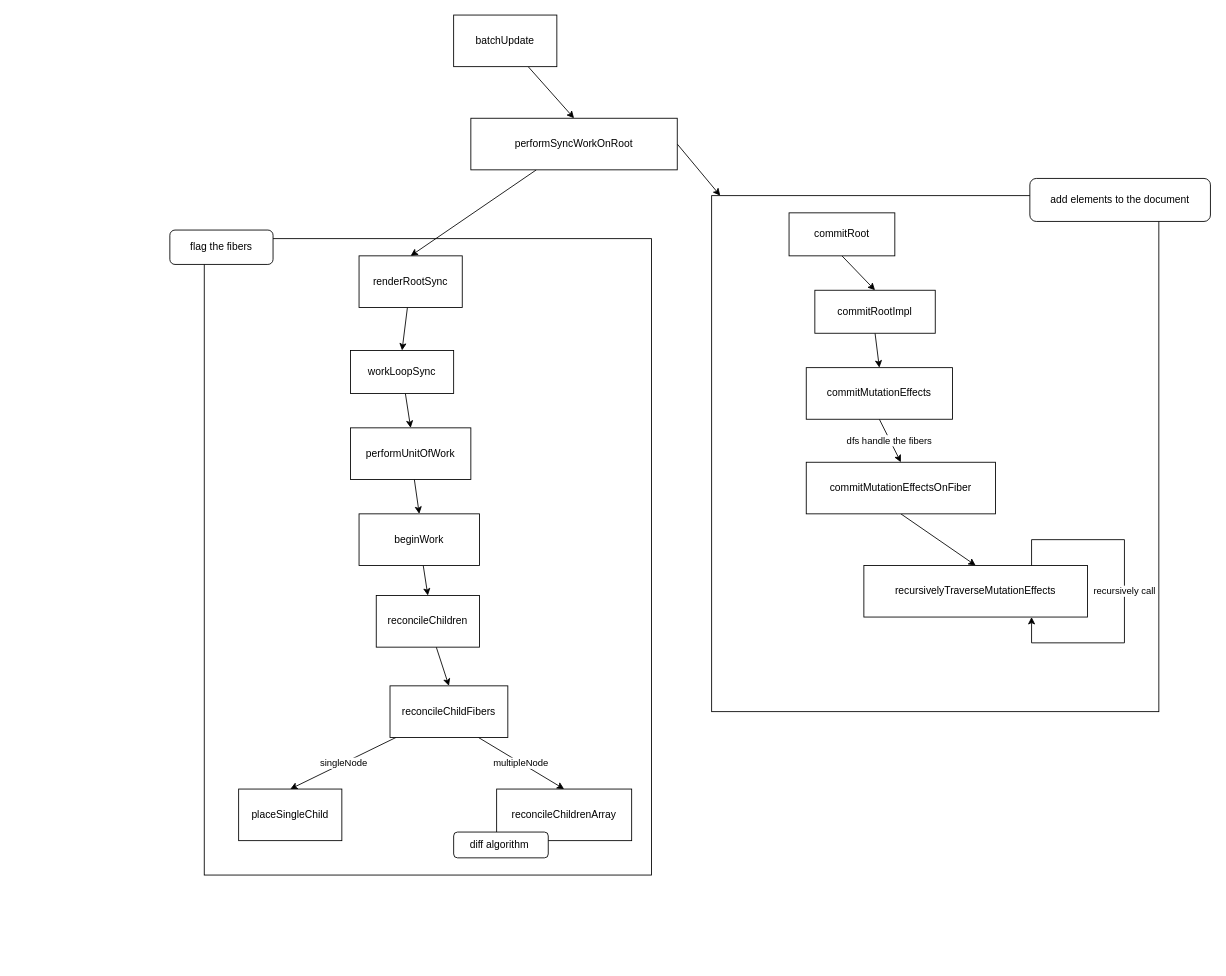
Earlier version of the draw.io diagram react-render.drawio (wine-fall/drawioDisk). Source tidied: cells renumbered, new cells numbered last; positions are measured from the earlier drawing's top-left corner, leaving out a move shared by most shapes. Both pictures are drawn from the tidied source at 86%, with x=0, y=0 at pixel (169, 15).
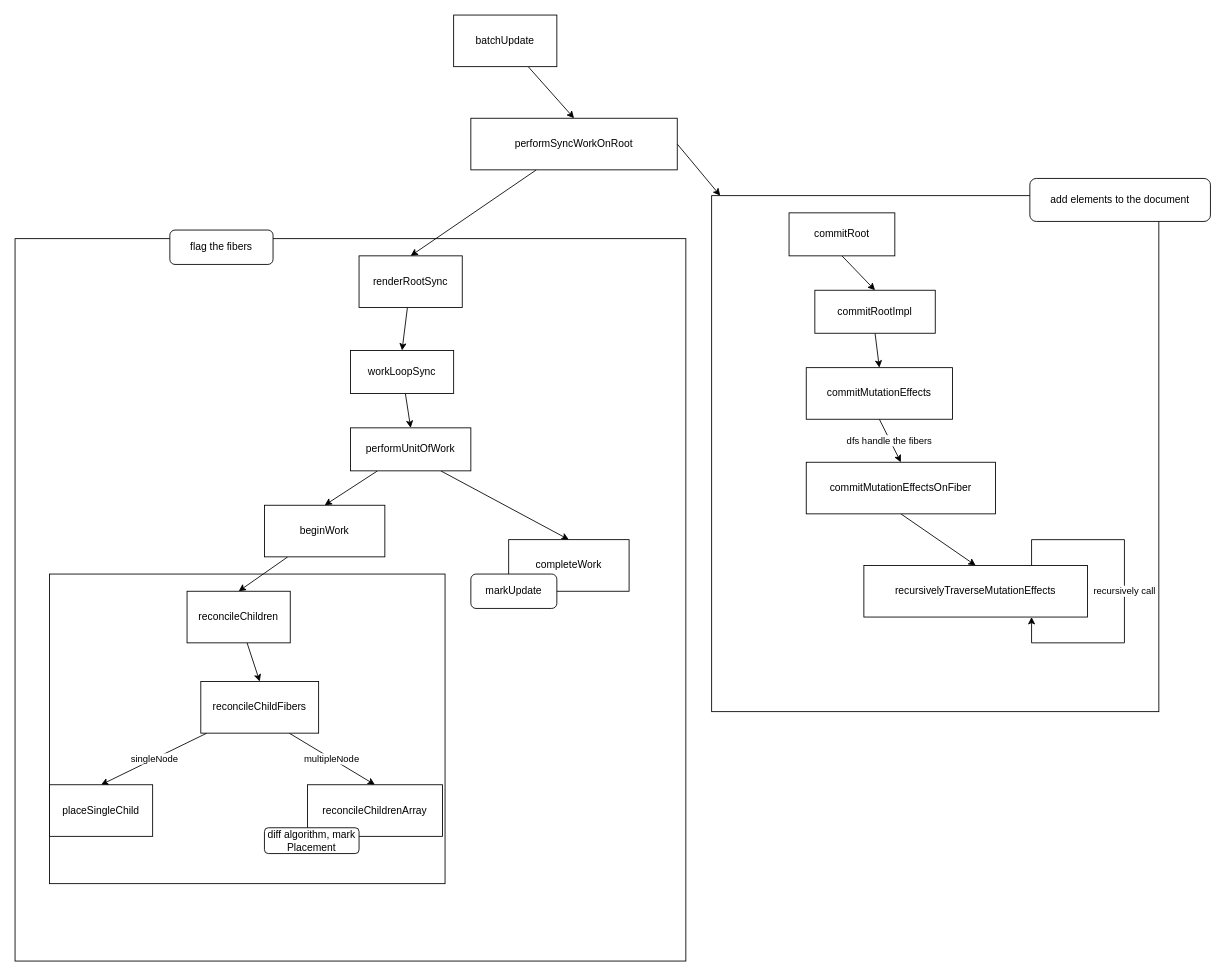
The same diagram, later.

Change to the diagram source:
```diff
@@
+    <mxCell id="3" style="rounded=0;whiteSpace=wrap;html=1;" parent="1" vertex="1">
+      <mxGeometry x="-180" y="260" width="780" height="840" as="geometry" />
+    </mxCell>
+    <mxCell id="37" style="rounded=0;whiteSpace=wrap;html=1;" parent="1" vertex="1">
+      <mxGeometry x="-140" y="650" width="460" height="360" as="geometry" />
+    </mxCell>
@@
-    <mxCell id="3" style="rounded=0;whiteSpace=wrap;html=1;" parent="1" vertex="1">
-      <mxGeometry x="40" y="260" width="520" height="740" as="geometry" />
-    </mxCell>
@@
+    <mxCell id="38" style="rounded=0;jettySize=auto;html=1;exitX=0.75;exitY=1;exitDx=0;exitDy=0;entryX=0.5;entryY=0;entryDx=0;entryDy=0;" parent="1" edge="1" source="11" target="39">
+      <mxGeometry relative="1" as="geometry" />
+    </mxCell>
     <mxCell id="11" value="performUnitOfWork" style="rounded=0;whiteSpace=wrap;html=1;" parent="1" vertex="1">
-      <mxGeometry x="210" y="480" width="140" height="60" as="geometry" />
+      <mxGeometry x="210" y="480" width="140" height="50" as="geometry" />
     </mxCell>
@@
     <mxCell id="13" value="beginWork" style="rounded=0;whiteSpace=wrap;html=1;" parent="1" vertex="1">
-      <mxGeometry x="220" y="580" width="140" height="60" as="geometry" />
+      <mxGeometry x="110" y="570" width="140" height="60" as="geometry" />
     </mxCell>
@@
     <mxCell id="15" value="reconcileChildren" style="rounded=0;whiteSpace=wrap;html=1;" parent="1" vertex="1">
-      <mxGeometry x="240" y="675" width="120" height="60" as="geometry" />
+      <mxGeometry x="20" y="670" width="120" height="60" as="geometry" />
     </mxCell>
@@
     <mxCell id="18" value="reconcileChildFibers" style="rounded=0;whiteSpace=wrap;html=1;" parent="1" vertex="1">
-      <mxGeometry x="256" y="780" width="137" height="60" as="geometry" />
+      <mxGeometry x="36" y="775" width="137" height="60" as="geometry" />
     </mxCell>
     <mxCell id="19" value="placeSingleChild" style="rounded=0;whiteSpace=wrap;html=1;" parent="1" vertex="1">
-      <mxGeometry x="80" y="900" width="120" height="60" as="geometry" />
+      <mxGeometry x="-140" y="895" width="120" height="60" as="geometry" />
     </mxCell>
     <mxCell id="20" value="reconcileChildrenArray" style="rounded=0;whiteSpace=wrap;html=1;" parent="1" vertex="1">
-      <mxGeometry x="380" y="900" width="157" height="60" as="geometry" />
+      <mxGeometry x="160" y="895" width="157" height="60" as="geometry" />
     </mxCell>
-    <mxCell id="21" value="diff algorithm&amp;nbsp;" style="rounded=1;whiteSpace=wrap;html=1;" parent="1" vertex="1">
-      <mxGeometry x="330" y="950" width="110" height="30" as="geometry" />
+    <mxCell id="21" value="diff algorithm, mark Placement" style="rounded=1;whiteSpace=wrap;html=1;" parent="1" vertex="1">
+      <mxGeometry x="110" y="945" width="110" height="30" as="geometry" />
     </mxCell>
@@
+    <mxCell id="39" value="completeWork" style="rounded=0;whiteSpace=wrap;html=1;" parent="1" vertex="1">
+      <mxGeometry x="394" y="610" width="140" height="60" as="geometry" />
+    </mxCell>
+    <mxCell id="40" style="edgeStyle=none;rounded=0;orthogonalLoop=1;jettySize=auto;html=1;exitX=0.75;exitY=0;exitDx=0;exitDy=0;" parent="1" edge="1" source="39" target="39">
+      <mxGeometry relative="1" as="geometry" />
+    </mxCell>
+    <mxCell id="41" value="markUpdate" style="rounded=1;whiteSpace=wrap;html=1;" parent="1" vertex="1">
+      <mxGeometry x="350" y="650" width="100" height="40" as="geometry" />
+    </mxCell>
```
